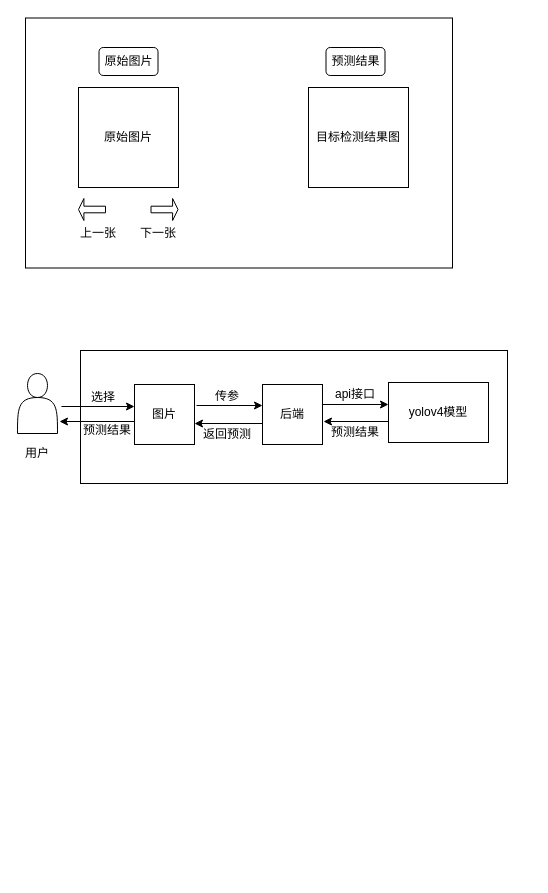
The draw.io diagram Untitled Diagram.drawio in wspspring/wsp_1, before the edit. Source tidied: cells renumbered, new cells numbered last; positions are measured from the earlier drawing's top-left corner, leaving out a move shared by most shapes. Both pictures are drawn from the tidied source at 100%, with x=0, y=0 at pixel (17, 17).
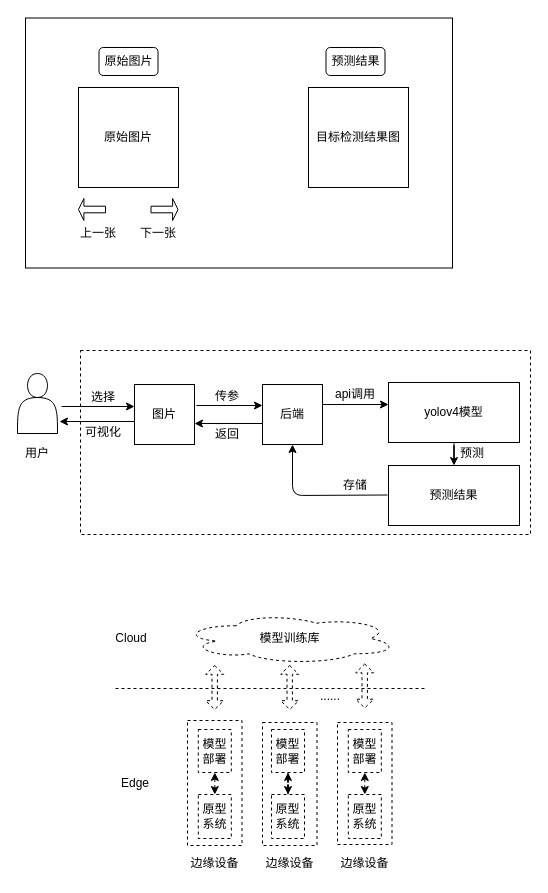
The same diagram, later.

Unchanged cells that the change refers to:
```xml
<mxCell id="8" value="后端" style="rounded=0;whiteSpace=wrap;html=1;" parent="1" vertex="1">
  <mxGeometry x="245" y="367" width="60" height="60" as="geometry" />
</mxCell>
```

The edit, as a diff of the source:
```diff
@@
-    <mxCell id="2" style="rounded=0;whiteSpace=wrap;html=1;" parent="1" vertex="1">
-      <mxGeometry x="63" y="333" width="427" height="133" as="geometry" />
+    <mxCell id="2" style="rounded=0;whiteSpace=wrap;html=1;dashed=1;" parent="1" vertex="1">
+      <mxGeometry x="63" y="333" width="450" height="184" as="geometry" />
     </mxCell>
@@
+    <mxCell id="29" style="edgeStyle=orthogonalEdgeStyle;rounded=0;jettySize=auto;html=1;entryX=0.5;entryY=0;entryDx=0;entryDy=0;" parent="1" edge="1" source="7" target="12">
+      <mxGeometry relative="1" as="geometry" />
+    </mxCell>
     <mxCell id="7" value="yolov4模型" style="rounded=0;whiteSpace=wrap;html=1;" parent="1" vertex="1">
-      <mxGeometry x="371" y="365" width="100" height="60" as="geometry" />
+      <mxGeometry x="371" y="365" width="131" height="60" as="geometry" />
     </mxCell>
@@
-    <mxCell id="10" value="api接口" style="text;html=1;strokeColor=none;fillColor=none;align=center;verticalAlign=middle;whiteSpace=wrap;rounded=0;" parent="1" vertex="1">
+    <mxCell id="10" value="api调用" style="text;html=1;strokeColor=none;fillColor=none;align=center;verticalAlign=middle;whiteSpace=wrap;rounded=0;" parent="1" vertex="1">
       <mxGeometry x="305" y="367" width="66" height="20" as="geometry" />
     </mxCell>
-    <mxCell id="11" style="endArrow=classic;html=1;entryX=1.017;entryY=0.65;entryDx=0;entryDy=0;entryPerimeter=0;" parent="1" edge="1">
+    <mxCell id="11" style="endArrow=classic;html=1;entryX=0.5;entryY=1;entryDx=0;entryDy=0;" parent="1" edge="1" target="8">
       <mxGeometry relative="1" as="geometry">
-        <mxPoint x="371" y="404" as="sourcePoint" />
-        <mxPoint x="306" y="404" as="targetPoint" />
+        <mxPoint x="370" y="477.5" as="sourcePoint" />
+        <Array as="points">
+          <mxPoint x="275" y="478" />
+        </Array>
       </mxGeometry>
     </mxCell>
-    <mxCell id="12" value="预测结果" style="text;html=1;strokeColor=none;fillColor=none;align=center;verticalAlign=middle;whiteSpace=wrap;rounded=0;" parent="1" vertex="1">
-      <mxGeometry x="305" y="405" width="66" height="20" as="geometry" />
-    </mxCell>
@@
-    <mxCell id="14" value="返回预测" style="text;html=1;strokeColor=none;fillColor=none;align=center;verticalAlign=middle;whiteSpace=wrap;rounded=0;" parent="1" vertex="1">
+    <mxCell id="14" value="返回" style="text;html=1;strokeColor=none;fillColor=none;align=center;verticalAlign=middle;whiteSpace=wrap;rounded=0;" parent="1" vertex="1">
       <mxGeometry x="177" y="407" width="66" height="20" as="geometry" />
     </mxCell>
@@
-    <mxCell id="18" value="预测结果" style="text;html=1;strokeColor=none;fillColor=none;align=center;verticalAlign=middle;whiteSpace=wrap;rounded=0;" parent="1" vertex="1">
-      <mxGeometry x="63" y="403" width="54" height="20" as="geometry" />
+    <mxCell id="18" value="可视化" style="text;html=1;strokeColor=none;fillColor=none;align=center;verticalAlign=middle;whiteSpace=wrap;rounded=0;" parent="1" vertex="1">
+      <mxGeometry x="59" y="405" width="54" height="20" as="geometry" />
     </mxCell>
@@
+    <mxCell id="12" value="预测结果" style="rounded=0;whiteSpace=wrap;html=1;" parent="1" vertex="1">
+      <mxGeometry x="371" y="448" width="131" height="60" as="geometry" />
+    </mxCell>
+    <mxCell id="30" value="预测" style="text;html=1;strokeColor=none;fillColor=none;align=center;verticalAlign=middle;whiteSpace=wrap;rounded=0;" parent="1" vertex="1">
+      <mxGeometry x="435" y="426" width="40" height="20" as="geometry" />
+    </mxCell>
+    <mxCell id="31" value="存储" style="text;html=1;strokeColor=none;fillColor=none;align=center;verticalAlign=middle;whiteSpace=wrap;rounded=0;" parent="1" vertex="1">
+      <mxGeometry x="318" y="458" width="40" height="20" as="geometry" />
+    </mxCell>
+    <mxCell id="32" value="模型训练库" style="ellipse;shape=cloud;whiteSpace=wrap;html=1;dashed=1;" parent="1" vertex="1">
+      <mxGeometry x="164.8" y="595.5" width="215" height="51" as="geometry" />
+    </mxCell>
+    <mxCell id="33" value="Cloud" style="text;html=1;strokeColor=none;fillColor=none;align=center;verticalAlign=middle;whiteSpace=wrap;rounded=0;dashed=1;" parent="1" vertex="1">
+      <mxGeometry x="94" y="611" width="40" height="20" as="geometry" />
+    </mxCell>
+    <mxCell id="34" value="&lt;p style=&quot;line-height: 120%&quot;&gt;&lt;br&gt;&lt;/p&gt;" style="rounded=0;whiteSpace=wrap;html=1;dashed=1;" parent="1" vertex="1">
+      <mxGeometry x="170" y="703" width="54.5" height="125" as="geometry" />
+    </mxCell>
+    <mxCell id="35" value="Edge" style="text;html=1;strokeColor=none;fillColor=none;align=center;verticalAlign=middle;whiteSpace=wrap;rounded=0;dashed=1;" parent="1" vertex="1">
+      <mxGeometry x="98" y="756" width="40" height="20" as="geometry" />
+    </mxCell>
+    <mxCell id="36" style="rounded=0;whiteSpace=wrap;html=1;dashed=1;" parent="1" vertex="1">
+      <mxGeometry x="245" y="705" width="54.5" height="123" as="geometry" />
+    </mxCell>
+    <mxCell id="37" style="rounded=0;whiteSpace=wrap;html=1;dashed=1;" parent="1" vertex="1">
+      <mxGeometry x="320" y="705" width="54.5" height="122" as="geometry" />
+    </mxCell>
+    <mxCell id="38" style="shape=doubleArrow;direction=south;whiteSpace=wrap;html=1;dashed=1;" parent="1" vertex="1">
+      <mxGeometry x="188.2" y="648" width="18" height="44" as="geometry" />
+    </mxCell>
+    <mxCell id="39" style="shape=doubleArrow;direction=south;whiteSpace=wrap;html=1;dashed=1;" parent="1" vertex="1">
+      <mxGeometry x="263.2" y="648" width="18" height="44" as="geometry" />
+    </mxCell>
+    <mxCell id="40" style="shape=doubleArrow;direction=south;whiteSpace=wrap;html=1;dashed=1;" parent="1" vertex="1">
+      <mxGeometry x="338.2" y="646.5" width="18" height="44" as="geometry" />
+    </mxCell>
+    <mxCell id="41" style="endArrow=none;dashed=1;html=1;" parent="1" edge="1">
+      <mxGeometry relative="1" as="geometry">
+        <mxPoint x="407" y="671" as="sourcePoint" />
+        <mxPoint x="96" y="671" as="targetPoint" />
+      </mxGeometry>
+    </mxCell>
+    <mxCell id="42" value="......" style="text;html=1;strokeColor=none;fillColor=none;align=center;verticalAlign=middle;whiteSpace=wrap;rounded=0;dashed=1;" parent="1" vertex="1">
+      <mxGeometry x="293" y="669" width="40" height="20" as="geometry" />
+    </mxCell>
+    <mxCell id="43" value="边缘设备" style="text;html=1;strokeColor=none;fillColor=none;align=center;verticalAlign=middle;whiteSpace=wrap;rounded=0;dashed=1;" parent="1" vertex="1">
+      <mxGeometry x="171.8" y="834" width="51" height="24.5" as="geometry" />
+    </mxCell>
+    <mxCell id="44" value="边缘设备" style="text;html=1;strokeColor=none;fillColor=none;align=center;verticalAlign=middle;whiteSpace=wrap;rounded=0;dashed=1;" parent="1" vertex="1">
+      <mxGeometry x="246.8" y="834" width="51" height="24.5" as="geometry" />
+    </mxCell>
+    <mxCell id="45" value="边缘设备" style="text;html=1;strokeColor=none;fillColor=none;align=center;verticalAlign=middle;whiteSpace=wrap;rounded=0;dashed=1;" parent="1" vertex="1">
+      <mxGeometry x="321.8" y="834" width="51" height="24.5" as="geometry" />
+    </mxCell>
+    <mxCell id="46" value="原型系统" style="rounded=0;whiteSpace=wrap;html=1;dashed=1;" parent="1" vertex="1">
+      <mxGeometry x="180.8" y="777" width="33" height="44" as="geometry" />
+    </mxCell>
+    <mxCell id="47" value="模型部署" style="rounded=0;whiteSpace=wrap;html=1;dashed=1;" parent="1" vertex="1">
+      <mxGeometry x="180.8" y="712" width="33" height="43" as="geometry" />
+    </mxCell>
+    <mxCell id="48" style="edgeStyle=orthogonalEdgeStyle;rounded=0;jettySize=auto;html=1;dashed=1;" parent="1" edge="1" source="49" target="51">
+      <mxGeometry relative="1" as="geometry" />
+    </mxCell>
+    <mxCell id="49" value="模型部署" style="rounded=0;whiteSpace=wrap;html=1;dashed=1;" parent="1" vertex="1">
+      <mxGeometry x="254" y="712" width="33" height="43" as="geometry" />
+    </mxCell>
+    <mxCell id="50" style="edgeStyle=orthogonalEdgeStyle;rounded=0;jettySize=auto;html=1;dashed=1;" parent="1" edge="1" source="51" target="49">
+      <mxGeometry relative="1" as="geometry" />
+    </mxCell>
+    <mxCell id="51" value="原型系统" style="rounded=0;whiteSpace=wrap;html=1;dashed=1;" parent="1" vertex="1">
+      <mxGeometry x="254" y="777" width="33" height="44" as="geometry" />
+    </mxCell>
+    <mxCell id="52" value="原型系统" style="rounded=0;whiteSpace=wrap;html=1;dashed=1;" parent="1" vertex="1">
+      <mxGeometry x="330.8" y="777" width="33" height="44" as="geometry" />
+    </mxCell>
+    <mxCell id="53" value="模型部署" style="rounded=0;whiteSpace=wrap;html=1;dashed=1;" parent="1" vertex="1">
+      <mxGeometry x="330.8" y="712" width="33" height="43" as="geometry" />
+    </mxCell>
+    <mxCell id="54" style="endArrow=classic;startArrow=classic;html=1;dashed=1;exitX=0.5;exitY=0;exitDx=0;exitDy=0;entryX=0.5;entryY=1;entryDx=0;entryDy=0;" parent="1" edge="1" source="46" target="47">
+      <mxGeometry relative="1" as="geometry" />
+    </mxCell>
+    <mxCell id="55" style="endArrow=classic;startArrow=classic;html=1;dashed=1;exitX=0.5;exitY=0;exitDx=0;exitDy=0;entryX=0.5;entryY=1;entryDx=0;entryDy=0;" parent="1" edge="1" source="52" target="53">
+      <mxGeometry relative="1" as="geometry" />
+    </mxCell>
```
